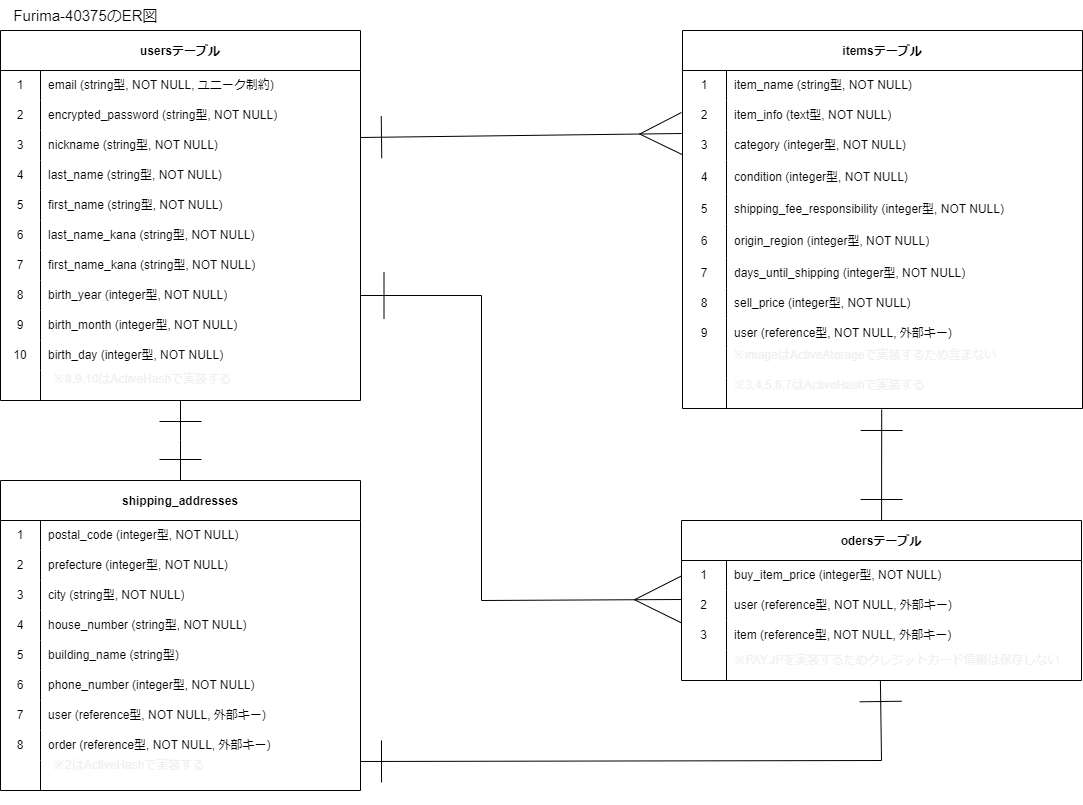
Above: furima.drawio.png in meichanpapa/furima-40375 (draw.io), before the change. Source tidied: cells renumbered, new cells last; positions are measured from the earlier drawing's top-left corner, leaving out a move shared by most shapes.
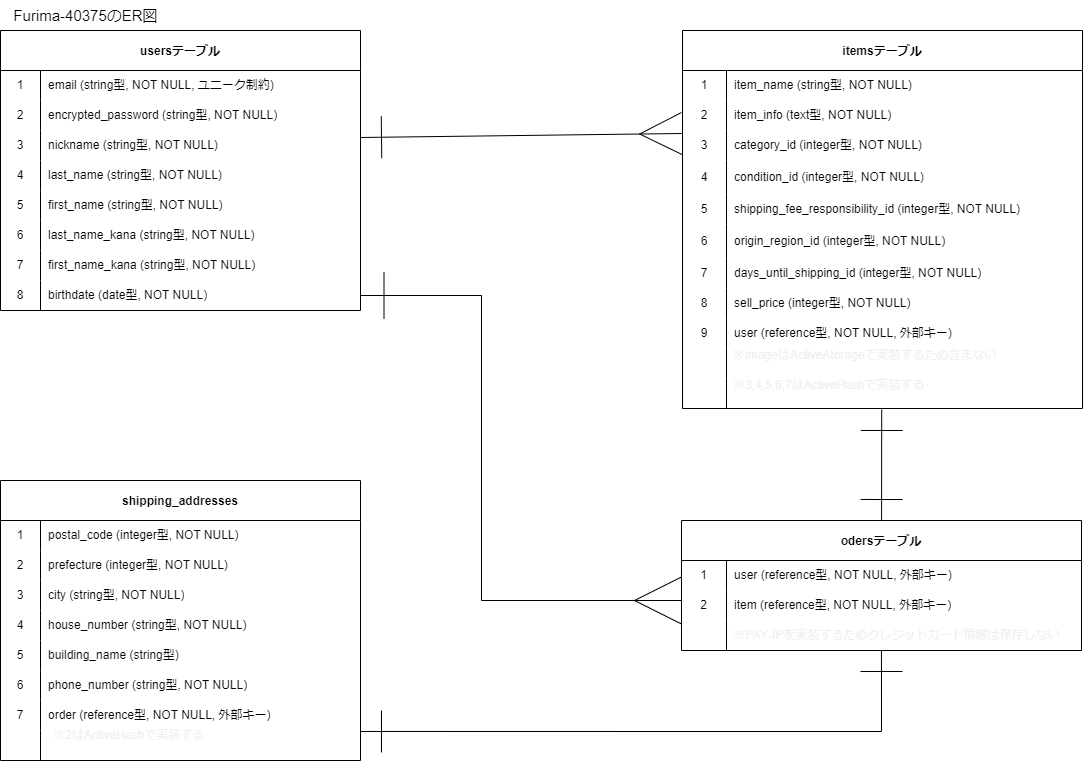
After the commit.

Commit message:
データベース設計修正1

The edit, as a diff of the source:
```diff
@@ -6,7 +6,7 @@
       <mxGeometry relative="1" as="geometry" />
     </mxCell>
     <mxCell id="3" value="usersテーブル" style="shape=table;startSize=40;rowLines=0;fontStyle=1;align=center;" parent="1" vertex="1">
-      <mxGeometry y="30" width="360" height="370" as="geometry" />
+      <mxGeometry y="30" width="360" height="280" as="geometry" />
     </mxCell>
     <mxCell id="4" style="shape=tableRow;horizontal=0;startSize=0;swimlaneHead=0;swimlaneBody=0;top=0;left=0;bottom=0;right=0;fillColor=none;" parent="3" vertex="1">
       <mxGeometry y="40" width="360" height="30" as="geometry" />
@@ -77,36 +77,9 @@
     <mxCell id="26" value="8" style="shape=partialRectangle;html=1;whiteSpace=wrap;fillColor=none;top=0;left=0;bottom=0;right=0;overflow=hidden;" parent="25" vertex="1">
       <mxGeometry width="40" height="30" as="geometry" />
     </mxCell>
-    <mxCell id="27" value="birth_year (integer型, NOT NULL)" style="shape=partialRectangle;html=1;whiteSpace=wrap;fillColor=none;top=0;left=0;bottom=0;right=0;align=left;spacingLeft=6;overflow=hidden;" parent="25" vertex="1">
+    <mxCell id="27" value="birthdate (date型, NOT NULL)" style="shape=partialRectangle;html=1;whiteSpace=wrap;fillColor=none;top=0;left=0;bottom=0;right=0;align=left;spacingLeft=6;overflow=hidden;" parent="25" vertex="1">
       <mxGeometry x="40" width="320" height="30" as="geometry" />
     </mxCell>
-    <mxCell id="28" style="shape=tableRow;horizontal=0;startSize=0;swimlaneHead=0;swimlaneBody=0;top=0;left=0;bottom=0;right=0;fillColor=none;" parent="3" vertex="1">
-      <mxGeometry y="280" width="360" height="30" as="geometry" />
-    </mxCell>
-    <mxCell id="29" value="9" style="shape=partialRectangle;html=1;whiteSpace=wrap;fillColor=none;top=0;left=0;bottom=0;right=0;overflow=hidden;" parent="28" vertex="1">
-      <mxGeometry width="40" height="30" as="geometry" />
-    </mxCell>
-    <mxCell id="30" value="birth_month (integer型, NOT NULL)" style="shape=partialRectangle;html=1;whiteSpace=wrap;fillColor=none;top=0;left=0;bottom=0;right=0;align=left;spacingLeft=6;overflow=hidden;" parent="28" vertex="1">
-      <mxGeometry x="40" width="320" height="30" as="geometry" />
-    </mxCell>
-    <mxCell id="31" style="shape=tableRow;horizontal=0;startSize=0;swimlaneHead=0;swimlaneBody=0;top=0;left=0;bottom=0;right=0;fillColor=none;" parent="3" vertex="1">
-      <mxGeometry y="310" width="360" height="30" as="geometry" />
-    </mxCell>
-    <mxCell id="32" value="10" style="shape=partialRectangle;html=1;whiteSpace=wrap;fillColor=none;top=0;left=0;bottom=0;right=0;overflow=hidden;" parent="31" vertex="1">
-      <mxGeometry width="40" height="30" as="geometry" />
-    </mxCell>
-    <mxCell id="33" value="birth_day (integer型, NOT NULL)" style="shape=partialRectangle;html=1;whiteSpace=wrap;fillColor=none;top=0;left=0;bottom=0;right=0;align=left;spacingLeft=6;overflow=hidden;" parent="31" vertex="1">
-      <mxGeometry x="40" width="320" height="30" as="geometry" />
-    </mxCell>
-    <mxCell id="34" style="shape=tableRow;horizontal=0;startSize=0;swimlaneHead=0;swimlaneBody=0;top=0;left=0;bottom=0;right=0;fillColor=none;points=[[0,0.5],[1,0.5]];portConstraint=eastwest;" parent="3" vertex="1">
-      <mxGeometry y="340" width="360" height="30" as="geometry" />
-    </mxCell>
-    <mxCell id="35" style="shape=partialRectangle;html=1;whiteSpace=wrap;fillColor=none;top=0;left=0;bottom=0;right=0;overflow=hidden;" parent="34" vertex="1">
-      <mxGeometry width="40" height="30" as="geometry" />
-    </mxCell>
-    <mxCell id="36" style="shape=partialRectangle;html=1;whiteSpace=wrap;fillColor=none;top=0;left=0;bottom=0;right=0;align=left;spacingLeft=6;overflow=hidden;" parent="34" vertex="1">
-      <mxGeometry x="40" width="320" height="30" as="geometry" />
-    </mxCell>
     <mxCell id="37" value="&lt;font style=&quot;font-size: 15px;&quot;&gt;Furima-40375のER図&lt;/font&gt;" style="text;html=1;align=center;verticalAlign=middle;strokeColor=none;fillColor=none;" parent="1" vertex="1">
       <mxGeometry width="170" height="30" as="geometry" />
     </mxCell>
@@ -137,7 +110,7 @@
     <mxCell id="46" value="3" style="shape=partialRectangle;html=1;whiteSpace=wrap;fillColor=none;top=0;left=0;bottom=0;right=0;overflow=hidden;" parent="45" vertex="1">
       <mxGeometry width="44" height="30" as="geometry" />
     </mxCell>
-    <mxCell id="47" value="category (integer型, NOT NULL)" style="shape=partialRectangle;html=1;whiteSpace=wrap;fillColor=none;top=0;left=0;bottom=0;right=0;align=left;spacingLeft=6;overflow=hidden;" parent="45" vertex="1">
+    <mxCell id="47" value="category_id (integer型, NOT NULL)" style="shape=partialRectangle;html=1;whiteSpace=wrap;fillColor=none;top=0;left=0;bottom=0;right=0;align=left;spacingLeft=6;overflow=hidden;" parent="45" vertex="1">
       <mxGeometry x="44" width="356" height="30" as="geometry" />
     </mxCell>
     <mxCell id="48" style="shape=tableRow;horizontal=0;startSize=0;swimlaneHead=0;swimlaneBody=0;top=0;left=0;bottom=0;right=0;fillColor=none;" parent="38" vertex="1">
@@ -146,7 +119,7 @@
     <mxCell id="49" value="4" style="shape=partialRectangle;html=1;whiteSpace=wrap;fillColor=none;top=0;left=0;bottom=0;right=0;overflow=hidden;" parent="48" vertex="1">
       <mxGeometry width="44" height="34" as="geometry" />
     </mxCell>
-    <mxCell id="50" value="condition (integer型, NOT NULL)" style="shape=partialRectangle;html=1;whiteSpace=wrap;fillColor=none;top=0;left=0;bottom=0;right=0;align=left;spacingLeft=6;overflow=hidden;" parent="48" vertex="1">
+    <mxCell id="50" value="condition_id (integer型, NOT NULL)" style="shape=partialRectangle;html=1;whiteSpace=wrap;fillColor=none;top=0;left=0;bottom=0;right=0;align=left;spacingLeft=6;overflow=hidden;" parent="48" vertex="1">
       <mxGeometry x="44" width="356" height="34" as="geometry" />
     </mxCell>
     <mxCell id="51" style="shape=tableRow;horizontal=0;startSize=0;swimlaneHead=0;swimlaneBody=0;top=0;left=0;bottom=0;right=0;fillColor=none;" parent="38" vertex="1">
@@ -155,7 +128,7 @@
     <mxCell id="52" value="5" style="shape=partialRectangle;html=1;whiteSpace=wrap;fillColor=none;top=0;left=0;bottom=0;right=0;overflow=hidden;" parent="51" vertex="1">
       <mxGeometry width="44" height="30" as="geometry" />
     </mxCell>
-    <mxCell id="53" value="&lt;div style=&quot;line-height: 19px;&quot;&gt;&lt;font style=&quot;font-size: 12px;&quot;&gt;shipping_fee_responsibility (integer型, NOT NULL)&lt;/font&gt;&lt;/div&gt;&lt;div style=&quot;color: rgb(204, 204, 204); background-color: rgb(31, 31, 31); line-height: 19px;&quot;&gt;&lt;/div&gt;" style="shape=partialRectangle;html=1;whiteSpace=wrap;fillColor=none;top=0;left=0;bottom=0;right=0;align=left;spacingLeft=6;overflow=hidden;" parent="51" vertex="1">
+    <mxCell id="53" value="&lt;div style=&quot;line-height: 19px;&quot;&gt;&lt;font style=&quot;font-size: 12px;&quot;&gt;shipping_fee_responsibility_id (integer型, NOT NULL)&lt;/font&gt;&lt;/div&gt;&lt;div style=&quot;color: rgb(204, 204, 204); background-color: rgb(31, 31, 31); line-height: 19px;&quot;&gt;&lt;/div&gt;" style="shape=partialRectangle;html=1;whiteSpace=wrap;fillColor=none;top=0;left=0;bottom=0;right=0;align=left;spacingLeft=6;overflow=hidden;" parent="51" vertex="1">
       <mxGeometry x="44" width="356" height="30" as="geometry" />
     </mxCell>
     <mxCell id="54" style="shape=tableRow;horizontal=0;startSize=0;swimlaneHead=0;swimlaneBody=0;top=0;left=0;bottom=0;right=0;fillColor=none;" parent="38" vertex="1">
@@ -164,7 +137,7 @@
     <mxCell id="55" value="6" style="shape=partialRectangle;html=1;whiteSpace=wrap;fillColor=none;top=0;left=0;bottom=0;right=0;overflow=hidden;" parent="54" vertex="1">
       <mxGeometry width="44" height="34" as="geometry" />
     </mxCell>
-    <mxCell id="56" value="origin_region (integer型, NOT NULL)" style="shape=partialRectangle;html=1;whiteSpace=wrap;fillColor=none;top=0;left=0;bottom=0;right=0;align=left;spacingLeft=6;overflow=hidden;" parent="54" vertex="1">
+    <mxCell id="56" value="origin_region_id (integer型, NOT NULL)" style="shape=partialRectangle;html=1;whiteSpace=wrap;fillColor=none;top=0;left=0;bottom=0;right=0;align=left;spacingLeft=6;overflow=hidden;" parent="54" vertex="1">
       <mxGeometry x="44" width="356" height="34" as="geometry" />
     </mxCell>
     <mxCell id="57" style="shape=tableRow;horizontal=0;startSize=0;swimlaneHead=0;swimlaneBody=0;top=0;left=0;bottom=0;right=0;fillColor=none;" parent="38" vertex="1">
@@ -173,7 +146,7 @@
     <mxCell id="58" value="7" style="shape=partialRectangle;html=1;whiteSpace=wrap;fillColor=none;top=0;left=0;bottom=0;right=0;overflow=hidden;" parent="57" vertex="1">
       <mxGeometry width="44" height="30" as="geometry" />
     </mxCell>
-    <mxCell id="59" value="days_until_shipping (integer型, NOT NULL)" style="shape=partialRectangle;html=1;whiteSpace=wrap;fillColor=none;top=0;left=0;bottom=0;right=0;align=left;spacingLeft=6;overflow=hidden;" parent="57" vertex="1">
+    <mxCell id="59" value="days_until_shipping_id (integer型, NOT NULL)" style="shape=partialRectangle;html=1;whiteSpace=wrap;fillColor=none;top=0;left=0;bottom=0;right=0;align=left;spacingLeft=6;overflow=hidden;" parent="57" vertex="1">
       <mxGeometry x="44" width="356" height="30" as="geometry" />
     </mxCell>
     <mxCell id="60" style="shape=tableRow;horizontal=0;startSize=0;swimlaneHead=0;swimlaneBody=0;top=0;left=0;bottom=0;right=0;fillColor=none;" parent="38" vertex="1">
@@ -213,37 +186,28 @@
       <mxGeometry x="44" width="356" height="30" as="geometry" />
     </mxCell>
     <mxCell id="72" value="odersテーブル" style="shape=table;startSize=40;rowLines=0;fontStyle=1;align=center;" parent="1" vertex="1">
-      <mxGeometry x="681" y="520" width="400" height="160" as="geometry" />
+      <mxGeometry x="681" y="520" width="400" height="130" as="geometry" />
     </mxCell>
-    <mxCell id="73" style="shape=tableRow;horizontal=0;startSize=0;swimlaneHead=0;swimlaneBody=0;top=0;left=0;bottom=0;right=0;fillColor=none;" parent="72" vertex="1">
-      <mxGeometry y="40" width="400" height="30" as="geometry" />
-    </mxCell>
-    <mxCell id="74" value="1" style="shape=partialRectangle;html=1;whiteSpace=wrap;fillColor=none;top=0;left=0;bottom=0;right=0;overflow=hidden;" parent="73" vertex="1">
-      <mxGeometry width="45" height="30" as="geometry" />
-    </mxCell>
-    <mxCell id="75" value="buy_item_price (integer型, NOT NULL)" style="shape=partialRectangle;html=1;whiteSpace=wrap;fillColor=none;top=0;left=0;bottom=0;right=0;align=left;spacingLeft=6;overflow=hidden;" parent="73" vertex="1">
-      <mxGeometry x="45" width="355" height="30" as="geometry" />
-    </mxCell>
     <mxCell id="76" style="shape=tableRow;horizontal=0;startSize=0;swimlaneHead=0;swimlaneBody=0;top=0;left=0;bottom=0;right=0;fillColor=none;points=[[0,0.5],[1,0.5]];portConstraint=eastwest;" parent="72" vertex="1">
-      <mxGeometry y="70" width="400" height="30" as="geometry" />
+      <mxGeometry y="40" width="400" height="30" as="geometry" />
     </mxCell>
-    <mxCell id="77" value="2" style="shape=partialRectangle;html=1;whiteSpace=wrap;fillColor=none;top=0;left=0;bottom=0;right=0;overflow=hidden;" parent="76" vertex="1">
+    <mxCell id="77" value="1" style="shape=partialRectangle;html=1;whiteSpace=wrap;fillColor=none;top=0;left=0;bottom=0;right=0;overflow=hidden;" parent="76" vertex="1">
       <mxGeometry width="45" height="30" as="geometry" />
     </mxCell>
     <mxCell id="78" value="user (reference型, NOT NULL, 外部キー)" style="shape=partialRectangle;html=1;whiteSpace=wrap;fillColor=none;top=0;left=0;bottom=0;right=0;align=left;spacingLeft=6;overflow=hidden;" parent="76" vertex="1">
       <mxGeometry x="45" width="355" height="30" as="geometry" />
     </mxCell>
     <mxCell id="79" style="shape=tableRow;horizontal=0;startSize=0;swimlaneHead=0;swimlaneBody=0;top=0;left=0;bottom=0;right=0;fillColor=none;" parent="72" vertex="1">
-      <mxGeometry y="100" width="400" height="30" as="geometry" />
+      <mxGeometry y="70" width="400" height="30" as="geometry" />
     </mxCell>
-    <mxCell id="80" value="3" style="shape=partialRectangle;html=1;whiteSpace=wrap;fillColor=none;top=0;left=0;bottom=0;right=0;overflow=hidden;" parent="79" vertex="1">
+    <mxCell id="80" value="2" style="shape=partialRectangle;html=1;whiteSpace=wrap;fillColor=none;top=0;left=0;bottom=0;right=0;overflow=hidden;" parent="79" vertex="1">
       <mxGeometry width="45" height="30" as="geometry" />
     </mxCell>
     <mxCell id="81" value="item (reference型, NOT NULL, 外部キー)" style="shape=partialRectangle;html=1;whiteSpace=wrap;fillColor=none;top=0;left=0;bottom=0;right=0;align=left;spacingLeft=6;overflow=hidden;" parent="79" vertex="1">
       <mxGeometry x="45" width="355" height="30" as="geometry" />
     </mxCell>
     <mxCell id="82" style="shape=tableRow;horizontal=0;startSize=0;swimlaneHead=0;swimlaneBody=0;top=0;left=0;bottom=0;right=0;fillColor=none;" parent="72" vertex="1">
-      <mxGeometry y="130" width="400" height="30" as="geometry" />
+      <mxGeometry y="100" width="400" height="30" as="geometry" />
     </mxCell>
     <mxCell id="83" style="shape=partialRectangle;html=1;whiteSpace=wrap;fillColor=none;top=0;left=0;bottom=0;right=0;overflow=hidden;" parent="82" vertex="1">
       <mxGeometry width="45" height="30" as="geometry" />
@@ -251,8 +215,9 @@
     <mxCell id="84" style="shape=partialRectangle;html=1;whiteSpace=wrap;fillColor=none;top=0;left=0;bottom=0;right=0;align=left;spacingLeft=6;overflow=hidden;" parent="82" vertex="1">
       <mxGeometry x="45" width="355" height="30" as="geometry" />
     </mxCell>
-    <mxCell id="85" style="endArrow=ERmany;startArrow=ERone;html=1;fontFamily=Helvetica;fontSize=12;fontColor=#F0F0F0;entryX=0;entryY=0.3;entryDx=0;entryDy=0;entryPerimeter=0;exitX=1;exitY=0.5;exitDx=0;exitDy=0;rounded=0;startFill=0;endFill=0;endSize=45;strokeWidth=1;startSize=45;" parent="1" edge="1" source="25" target="76">
+    <mxCell id="85" style="endArrow=ERmany;startArrow=ERone;html=1;fontFamily=Helvetica;fontSize=12;fontColor=#F0F0F0;exitX=1;exitY=0.5;exitDx=0;exitDy=0;rounded=0;startFill=0;endFill=0;endSize=45;strokeWidth=1;startSize=45;" parent="1" edge="1" source="25">
       <mxGeometry relative="1" as="geometry">
+        <mxPoint x="681" y="600" as="targetPoint" />
         <Array as="points">
           <mxPoint x="481" y="295" />
           <mxPoint x="481" y="600" />
@@ -263,7 +228,7 @@
       <mxGeometry relative="1" as="geometry" />
     </mxCell>
     <mxCell id="87" value="shipping_addresses" style="shape=table;startSize=40;rowLines=0;fontStyle=1;align=center;" parent="1" vertex="1">
-      <mxGeometry y="480" width="360" height="310" as="geometry" />
+      <mxGeometry y="480" width="360" height="280" as="geometry" />
     </mxCell>
     <mxCell id="88" style="shape=tableRow;horizontal=0;startSize=0;swimlaneHead=0;swimlaneBody=0;top=0;left=0;bottom=0;right=0;fillColor=none;" parent="87" vertex="1">
       <mxGeometry y="40" width="360" height="30" as="geometry" />
@@ -316,29 +281,20 @@
     <mxCell id="104" value="6" style="shape=partialRectangle;html=1;whiteSpace=wrap;fillColor=none;top=0;left=0;bottom=0;right=0;overflow=hidden;" parent="103" vertex="1">
       <mxGeometry width="40" height="30" as="geometry" />
     </mxCell>
-    <mxCell id="105" value="phone_number (integer型, NOT NULL)" style="shape=partialRectangle;html=1;whiteSpace=wrap;fillColor=none;top=0;left=0;bottom=0;right=0;align=left;spacingLeft=6;overflow=hidden;" parent="103" vertex="1">
+    <mxCell id="105" value="phone_number (string型, NOT NULL)" style="shape=partialRectangle;html=1;whiteSpace=wrap;fillColor=none;top=0;left=0;bottom=0;right=0;align=left;spacingLeft=6;overflow=hidden;" parent="103" vertex="1">
       <mxGeometry x="40" width="320" height="30" as="geometry" />
     </mxCell>
-    <mxCell id="106" style="shape=tableRow;horizontal=0;startSize=0;swimlaneHead=0;swimlaneBody=0;top=0;left=0;bottom=0;right=0;fillColor=none;" parent="87" vertex="1">
-      <mxGeometry y="220" width="360" height="30" as="geometry" />
-    </mxCell>
-    <mxCell id="107" value="7" style="shape=partialRectangle;html=1;whiteSpace=wrap;fillColor=none;top=0;left=0;bottom=0;right=0;overflow=hidden;" parent="106" vertex="1">
-      <mxGeometry width="40" height="30" as="geometry" />
-    </mxCell>
-    <mxCell id="108" value="user (reference型, NOT NULL, 外部キー)" style="shape=partialRectangle;html=1;whiteSpace=wrap;fillColor=none;top=0;left=0;bottom=0;right=0;align=left;spacingLeft=6;overflow=hidden;" parent="106" vertex="1">
-      <mxGeometry x="40" width="320" height="30" as="geometry" />
-    </mxCell>
     <mxCell id="109" style="shape=tableRow;horizontal=0;startSize=0;swimlaneHead=0;swimlaneBody=0;top=0;left=0;bottom=0;right=0;fillColor=none;points=[[0,0.5],[1,0.5]];portConstraint=eastwest;" parent="87" vertex="1">
-      <mxGeometry y="250" width="360" height="30" as="geometry" />
+      <mxGeometry y="220" width="360" height="30" as="geometry" />
     </mxCell>
-    <mxCell id="110" value="8" style="shape=partialRectangle;html=1;whiteSpace=wrap;fillColor=none;top=0;left=0;bottom=0;right=0;overflow=hidden;" parent="109" vertex="1">
+    <mxCell id="110" value="7" style="shape=partialRectangle;html=1;whiteSpace=wrap;fillColor=none;top=0;left=0;bottom=0;right=0;overflow=hidden;" parent="109" vertex="1">
       <mxGeometry width="40" height="30" as="geometry" />
     </mxCell>
     <mxCell id="111" value="order (reference型, NOT NULL, 外部キー)" style="shape=partialRectangle;html=1;whiteSpace=wrap;fillColor=none;top=0;left=0;bottom=0;right=0;align=left;spacingLeft=6;overflow=hidden;" parent="109" vertex="1">
       <mxGeometry x="40" width="320" height="30" as="geometry" />
     </mxCell>
     <mxCell id="112" style="shape=tableRow;horizontal=0;startSize=0;swimlaneHead=0;swimlaneBody=0;top=0;left=0;bottom=0;right=0;fillColor=none;" parent="87" vertex="1">
-      <mxGeometry y="280" width="360" height="30" as="geometry" />
+      <mxGeometry y="250" width="360" height="30" as="geometry" />
     </mxCell>
     <mxCell id="113" style="shape=partialRectangle;html=1;whiteSpace=wrap;fillColor=none;top=0;left=0;bottom=0;right=0;overflow=hidden;" parent="112" vertex="1">
       <mxGeometry width="40" height="30" as="geometry" />
@@ -346,17 +302,10 @@
     <mxCell id="114" style="shape=partialRectangle;html=1;whiteSpace=wrap;fillColor=none;top=0;left=0;bottom=0;right=0;align=left;spacingLeft=6;overflow=hidden;" parent="112" vertex="1">
       <mxGeometry x="40" width="320" height="30" as="geometry" />
     </mxCell>
-    <mxCell id="115" style="endArrow=ERone;startArrow=ERone;html=1;fontFamily=Helvetica;fontSize=12;fontColor=#F0F0F0;exitX=0.5;exitY=1;exitDx=0;exitDy=0;exitPerimeter=0;rounded=0;startFill=0;endFill=0;endSize=40;strokeWidth=1;startSize=40;entryX=0.5;entryY=0;entryDx=0;entryDy=0;" parent="1" edge="1" source="34" target="87">
-      <mxGeometry relative="1" as="geometry">
-        <Array as="points">
-          <mxPoint x="180" y="440" />
-        </Array>
-      </mxGeometry>
-    </mxCell>
-    <mxCell id="116" style="endArrow=ERone;startArrow=ERone;html=1;fontFamily=Helvetica;fontSize=12;fontColor=#F0F0F0;rounded=0;startFill=0;endFill=0;endSize=40;strokeWidth=1;startSize=40;entryX=1;entryY=1.033;entryDx=0;entryDy=0;entryPerimeter=0;exitX=0.454;exitY=1.167;exitDx=0;exitDy=0;exitPerimeter=0;" parent="1" edge="1" source="121" target="109">
+    <mxCell id="116" style="endArrow=ERone;startArrow=ERone;html=1;fontFamily=Helvetica;fontSize=12;fontColor=#F0F0F0;rounded=0;startFill=0;endFill=0;endSize=40;strokeWidth=1;startSize=40;entryX=1;entryY=1.033;entryDx=0;entryDy=0;entryPerimeter=0;exitX=0.457;exitY=1;exitDx=0;exitDy=0;exitPerimeter=0;" parent="1" edge="1" source="121" target="109">
       <mxGeometry relative="1" as="geometry">
         <Array as="points">
-          <mxPoint x="881" y="760" />
+          <mxPoint x="881" y="731" />
         </Array>
       </mxGeometry>
     </mxCell>
@@ -366,14 +315,11 @@
     <mxCell id="118" value="※3,4,5,6,7はActiveHashで実装する" style="text;html=1;align=left;verticalAlign=middle;strokeColor=none;fillColor=none;fontSize=12;fontFamily=Helvetica;fontColor=#F0F0F0;" parent="1" vertex="1">
       <mxGeometry x="731" y="370" width="210" height="30" as="geometry" />
     </mxCell>
-    <mxCell id="119" value="※8,9,10はActiveHashで実装する" style="text;html=1;align=left;verticalAlign=middle;strokeColor=none;fillColor=none;fontSize=12;fontFamily=Helvetica;fontColor=#F0F0F0;" parent="1" vertex="1">
-      <mxGeometry x="51" y="364" width="200" height="30" as="geometry" />
-    </mxCell>
     <mxCell id="120" value="※2はActiveHashで実装する" style="text;html=1;align=left;verticalAlign=middle;strokeColor=none;fillColor=none;fontSize=12;fontFamily=Helvetica;fontColor=#F0F0F0;" parent="1" vertex="1">
-      <mxGeometry x="51" y="750" width="170" height="30" as="geometry" />
+      <mxGeometry x="51" y="720" width="170" height="30" as="geometry" />
     </mxCell>
     <mxCell id="121" value="※PAY.JPを実装するためクレジットカード情報は保存しない" style="text;html=1;align=center;verticalAlign=middle;points=[];strokeColor=none;fillColor=none;fontSize=12;fontFamily=Helvetica;fontColor=#F0F0F0;" parent="1" vertex="1">
-      <mxGeometry x="721" y="645" width="350" height="30" as="geometry" />
+      <mxGeometry x="721" y="620" width="350" height="30" as="geometry" />
     </mxCell>
   </root>
 </mxGraphModel>
```
